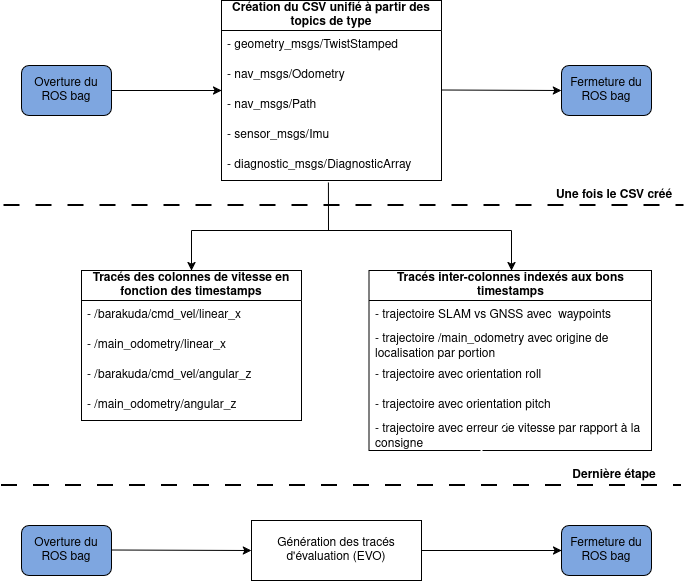
Above: Corps_rapport/org_viz_extractor.png in mbonengleonel/Rapport-stage-5A (draw.io), before the change. Source tidied: cells renumbered, new cells last; positions are measured from the earlier drawing's top-left corner, leaving out a move shared by most shapes. The source it was exported from:
```xml
<mxGraphModel background="light-dark(#FFFFFF,#FFFFFF)">
  <root>
    <mxCell id="0" />
    <mxCell id="1" parent="0" />
    <mxCell id="2" value="Overture du ROS bag" style="rounded=1;whiteSpace=wrap;html=1;fontColor=light-dark(#000000,#000000);labelBackgroundColor=none;fillColor=light-dark(#FFFFFF,#7EA6E0);strokeColor=light-dark(#000000,#000000);" parent="1" vertex="1">
      <mxGeometry x="20" y="65" width="90" height="50" as="geometry" />
    </mxCell>
    <mxCell id="3" value="&lt;b&gt;Création du CSV unifié à partir des topics de type&lt;/b&gt;" style="swimlane;fontStyle=0;horizontal=1;startSize=30;whiteSpace=wrap;html=1;fontColor=light-dark(#000000,#000000);labelBackgroundColor=light-dark(#FFFFFF,#FFFFFF);fillColor=light-dark(#FFFFFF,#FFFFFF);strokeColor=light-dark(#000000,#000000);" parent="1" vertex="1">
      <mxGeometry x="220" width="220" height="180" as="geometry" />
    </mxCell>
    <mxCell id="4" value="- geometry_msgs/TwistStamped" style="text;strokeColor=none;fillColor=none;align=left;verticalAlign=middle;spacingLeft=4;spacingRight=4;overflow=hidden;whiteSpace=wrap;html=1;fontColor=light-dark(#000000,#000000);labelBackgroundColor=light-dark(#FFFFFF,#FFFFFF);" parent="3" vertex="1">
      <mxGeometry y="30" width="220" height="30" as="geometry" />
    </mxCell>
    <mxCell id="5" value="- nav_msgs/Odometry" style="text;strokeColor=none;fillColor=none;align=left;verticalAlign=middle;spacingLeft=4;spacingRight=4;overflow=hidden;whiteSpace=wrap;html=1;fontColor=light-dark(#000000,#000000);labelBackgroundColor=light-dark(#FFFFFF,#FFFFFF);" parent="3" vertex="1">
      <mxGeometry y="60" width="220" height="30" as="geometry" />
    </mxCell>
    <mxCell id="6" value="- nav_msgs/Path" style="text;strokeColor=none;fillColor=none;align=left;verticalAlign=middle;spacingLeft=4;spacingRight=4;overflow=hidden;whiteSpace=wrap;html=1;fontColor=light-dark(#000000,#000000);labelBackgroundColor=light-dark(#FFFFFF,#FFFFFF);" parent="3" vertex="1">
      <mxGeometry y="90" width="220" height="30" as="geometry" />
    </mxCell>
    <mxCell id="7" value="- sensor_msgs/Imu" style="text;strokeColor=none;fillColor=none;align=left;verticalAlign=middle;spacingLeft=4;spacingRight=4;overflow=hidden;whiteSpace=wrap;html=1;fontColor=light-dark(#000000,#000000);labelBackgroundColor=light-dark(#FFFFFF,#FFFFFF);" parent="3" vertex="1">
      <mxGeometry y="120" width="220" height="30" as="geometry" />
    </mxCell>
    <mxCell id="8" value="- diagnostic_msgs/DiagnosticArray" style="text;strokeColor=none;fillColor=none;align=left;verticalAlign=middle;spacingLeft=4;spacingRight=4;overflow=hidden;points=[[0,0.5],[1,0.5]];portConstraint=eastwest;whiteSpace=wrap;html=1;fontColor=light-dark(#000000,#000000);labelBackgroundColor=light-dark(#FFFFFF,#FFFFFF);" parent="3" vertex="1">
      <mxGeometry y="150" width="220" height="30" as="geometry" />
    </mxCell>
    <mxCell id="9" value="Génération des tracés d'évaluation (EVO)" style="rounded=0;whiteSpace=wrap;html=1;fontColor=light-dark(#000000,#000000);labelBackgroundColor=none;fillColor=light-dark(#FFFFFF,#FFFFFF);strokeColor=light-dark(#000000,#000000);" parent="1" vertex="1">
      <mxGeometry x="250" y="520" width="170" height="60" as="geometry" />
    </mxCell>
    <mxCell id="10" value="Fermeture du ROS bag" style="rounded=1;whiteSpace=wrap;html=1;fontColor=light-dark(#000000,#000000);labelBackgroundColor=none;fillColor=light-dark(#FFFFFF,#7EA6E0);strokeColor=light-dark(#000000,#000000);" parent="1" vertex="1">
      <mxGeometry x="560" y="65" width="90" height="50" as="geometry" />
    </mxCell>
    <mxCell id="11" style="endArrow=classic;html=1;rounded=0;exitX=1;exitY=0.5;exitDx=0;exitDy=0;entryX=0;entryY=0.5;entryDx=0;entryDy=0;strokeColor=light-dark(#000000,#000000);" parent="1" edge="1" source="2" target="3">
      <mxGeometry relative="1" as="geometry" />
    </mxCell>
    <mxCell id="12" style="endArrow=classic;html=1;rounded=0;exitX=1;exitY=0.5;exitDx=0;exitDy=0;entryX=0;entryY=0.5;entryDx=0;entryDy=0;strokeColor=light-dark(#000000,#000000);" parent="1" edge="1" target="10">
      <mxGeometry relative="1" as="geometry">
        <mxPoint x="440" y="89.5" as="sourcePoint" />
      </mxGeometry>
    </mxCell>
    <mxCell id="13" style="endArrow=none;dashed=1;html=1;dashPattern=8 8;strokeWidth=2;rounded=0;strokeColor=light-dark(#000000,#000000);" parent="1" edge="1">
      <mxGeometry relative="1" as="geometry">
        <mxPoint x="2.5" y="205" as="sourcePoint" />
        <mxPoint x="682.5" y="205" as="targetPoint" />
      </mxGeometry>
    </mxCell>
    <mxCell id="14" value="&lt;b&gt;&lt;span style=&quot;color: light-dark(rgb(0, 0, 0), rgb(0, 0, 0));&quot;&gt;Une fois le CSV créé&lt;/span&gt;&lt;/b&gt;" style="text;html=1;whiteSpace=wrap;strokeColor=none;fillColor=none;align=center;verticalAlign=middle;rounded=0;" parent="1" vertex="1">
      <mxGeometry x="542.5" y="180" width="140" height="30" as="geometry" />
    </mxCell>
    <mxCell id="15" value="&lt;b&gt;Tracés des colonnes de vitesse en fonction des timestamps&lt;/b&gt;" style="swimlane;fontStyle=0;horizontal=1;startSize=30;whiteSpace=wrap;html=1;fontColor=light-dark(#000000,#000000);labelBackgroundColor=light-dark(#FFFFFF,#FFFFFF);fillColor=light-dark(#FFFFFF,#FFFFFF);strokeColor=light-dark(#000000,#000000);" parent="1" vertex="1">
      <mxGeometry x="80" y="270" width="220" height="150" as="geometry" />
    </mxCell>
    <mxCell id="16" value="&lt;div&gt;- /barakuda/cmd_vel/linear_x&lt;/div&gt;" style="text;strokeColor=none;fillColor=none;align=left;verticalAlign=middle;spacingLeft=4;spacingRight=4;overflow=hidden;whiteSpace=wrap;html=1;fontColor=light-dark(#000000,#000000);labelBackgroundColor=light-dark(#FFFFFF,#FFFFFF);" parent="15" vertex="1">
      <mxGeometry y="30" width="220" height="30" as="geometry" />
    </mxCell>
    <mxCell id="17" value="- /main_odometry/linear_x" style="text;strokeColor=none;fillColor=none;align=left;verticalAlign=middle;spacingLeft=4;spacingRight=4;overflow=hidden;whiteSpace=wrap;html=1;fontColor=light-dark(#000000,#000000);labelBackgroundColor=light-dark(#FFFFFF,#FFFFFF);" parent="15" vertex="1">
      <mxGeometry y="60" width="220" height="30" as="geometry" />
    </mxCell>
    <mxCell id="18" value="&lt;div&gt;- /barakuda/cmd_vel/angular_z&lt;/div&gt;" style="text;strokeColor=none;fillColor=none;align=left;verticalAlign=middle;spacingLeft=4;spacingRight=4;overflow=hidden;whiteSpace=wrap;html=1;fontColor=light-dark(#000000,#000000);labelBackgroundColor=light-dark(#FFFFFF,#FFFFFF);" parent="15" vertex="1">
      <mxGeometry y="90" width="220" height="30" as="geometry" />
    </mxCell>
    <mxCell id="19" value="-&amp;nbsp;/main_odometry/angular_z" style="text;strokeColor=none;fillColor=none;align=left;verticalAlign=middle;spacingLeft=4;spacingRight=4;overflow=hidden;whiteSpace=wrap;html=1;fontColor=light-dark(#000000,#000000);labelBackgroundColor=light-dark(#FFFFFF,#FFFFFF);" parent="15" vertex="1">
      <mxGeometry y="120" width="220" height="30" as="geometry" />
    </mxCell>
    <mxCell id="20" value="&lt;b&gt;Tracés inter-colonnes indexés aux bons timestamps&lt;/b&gt;" style="swimlane;fontStyle=0;horizontal=1;startSize=30;whiteSpace=wrap;html=1;fontColor=light-dark(#000000,#000000);labelBackgroundColor=light-dark(#FFFFFF,#FFFFFF);fillColor=light-dark(#FFFFFF,#FFFFFF);strokeColor=light-dark(#000000,#000000);" parent="1" vertex="1">
      <mxGeometry x="367.5" y="270" width="282.5" height="180" as="geometry" />
    </mxCell>
    <mxCell id="21" value="- trajectoire SLAM vs GNSS avec&amp;nbsp; waypoints" style="text;strokeColor=none;fillColor=none;align=left;verticalAlign=middle;spacingLeft=4;spacingRight=4;overflow=hidden;whiteSpace=wrap;html=1;fontColor=light-dark(#000000,#000000);labelBackgroundColor=light-dark(#FFFFFF,#FFFFFF);" parent="20" vertex="1">
      <mxGeometry y="30" width="282.5" height="30" as="geometry" />
    </mxCell>
    <mxCell id="22" value="- trajectoire /main_odometry avec origine de localisation par portion&amp;nbsp;" style="text;strokeColor=none;fillColor=none;align=left;verticalAlign=middle;spacingLeft=4;spacingRight=4;overflow=hidden;whiteSpace=wrap;html=1;fontColor=light-dark(#000000,#000000);labelBackgroundColor=light-dark(#FFFFFF,#FFFFFF);" parent="20" vertex="1">
      <mxGeometry y="60" width="282.5" height="30" as="geometry" />
    </mxCell>
    <mxCell id="23" value="- trajectoire avec orientation roll&amp;nbsp;" style="text;strokeColor=none;fillColor=none;align=left;verticalAlign=middle;spacingLeft=4;spacingRight=4;overflow=hidden;whiteSpace=wrap;html=1;fontColor=light-dark(#000000,#000000);labelBackgroundColor=light-dark(#FFFFFF,#FFFFFF);" parent="20" vertex="1">
      <mxGeometry y="90" width="282.5" height="30" as="geometry" />
    </mxCell>
    <mxCell id="24" value="-&amp;nbsp;trajectoire avec orientation pitch&amp;nbsp;" style="text;strokeColor=none;fillColor=none;align=left;verticalAlign=middle;spacingLeft=4;spacingRight=4;overflow=hidden;whiteSpace=wrap;html=1;fontColor=light-dark(#000000,#000000);labelBackgroundColor=light-dark(#FFFFFF,#FFFFFF);" parent="20" vertex="1">
      <mxGeometry y="120" width="282.5" height="30" as="geometry" />
    </mxCell>
    <mxCell id="25" value="- trajectoire avec erreur de vitesse par rapport à la consigne" style="text;strokeColor=none;fillColor=none;align=left;verticalAlign=middle;spacingLeft=4;spacingRight=4;overflow=hidden;whiteSpace=wrap;html=1;fontColor=light-dark(#000000,#000000);labelBackgroundColor=light-dark(#FFFFFF,#FFFFFF);" parent="20" vertex="1">
      <mxGeometry y="150" width="282.5" height="30" as="geometry" />
    </mxCell>
    <mxCell id="26" style="endArrow=none;dashed=1;html=1;dashPattern=8 8;strokeWidth=2;rounded=0;strokeColor=light-dark(#000000,#000000);" parent="1" edge="1">
      <mxGeometry relative="1" as="geometry">
        <mxPoint y="485" as="sourcePoint" />
        <mxPoint x="680" y="485" as="targetPoint" />
      </mxGeometry>
    </mxCell>
    <mxCell id="27" value="Overture du ROS bag" style="rounded=1;whiteSpace=wrap;html=1;fontColor=light-dark(#000000,#000000);labelBackgroundColor=none;fillColor=light-dark(#FFFFFF,#7EA6E0);strokeColor=light-dark(#000000,#000000);" parent="1" vertex="1">
      <mxGeometry x="20" y="525" width="90" height="50" as="geometry" />
    </mxCell>
    <mxCell id="28" value="Fermeture du ROS bag" style="rounded=1;whiteSpace=wrap;html=1;fontColor=light-dark(#000000,#000000);labelBackgroundColor=none;fillColor=light-dark(#FFFFFF,#7EA6E0);strokeColor=light-dark(#000000,#000000);" parent="1" vertex="1">
      <mxGeometry x="560" y="525" width="90" height="50" as="geometry" />
    </mxCell>
    <mxCell id="29" style="endArrow=classic;html=1;rounded=0;exitX=1;exitY=0.5;exitDx=0;exitDy=0;entryX=0;entryY=0.5;entryDx=0;entryDy=0;strokeColor=light-dark(#000000,#000000);" parent="1" edge="1" target="9">
      <mxGeometry relative="1" as="geometry">
        <mxPoint x="110" y="549.5" as="sourcePoint" />
      </mxGeometry>
    </mxCell>
    <mxCell id="30" style="endArrow=classic;html=1;rounded=0;entryX=0;entryY=0.5;entryDx=0;entryDy=0;strokeColor=light-dark(#000000,#000000);exitX=1;exitY=0.5;exitDx=0;exitDy=0;" parent="1" edge="1" source="9">
      <mxGeometry relative="1" as="geometry">
        <mxPoint x="560" y="550" as="targetPoint" />
      </mxGeometry>
    </mxCell>
    <mxCell id="31" style="endArrow=classic;html=1;rounded=0;" parent="1" edge="1">
      <mxGeometry relative="1" as="geometry">
        <mxPoint x="470" y="460" as="sourcePoint" />
        <mxPoint x="520" y="410" as="targetPoint" />
      </mxGeometry>
    </mxCell>
    <mxCell id="32" style="endArrow=classic;html=1;rounded=0;" parent="1" edge="1">
      <mxGeometry relative="1" as="geometry">
        <mxPoint x="470" y="460" as="sourcePoint" />
        <mxPoint x="520" y="410" as="targetPoint" />
      </mxGeometry>
    </mxCell>
    <mxCell id="33" style="endArrow=none;html=1;rounded=0;entryX=0.486;entryY=1.067;entryDx=0;entryDy=0;entryPerimeter=0;strokeColor=light-dark(#000000,#000000);" parent="1" edge="1" target="8">
      <mxGeometry relative="1" as="geometry">
        <mxPoint x="327" y="230" as="sourcePoint" />
      </mxGeometry>
    </mxCell>
    <mxCell id="34" style="endArrow=none;html=1;rounded=0;strokeColor=light-dark(#000000,#000000);" parent="1" edge="1">
      <mxGeometry relative="1" as="geometry">
        <mxPoint x="190" y="230" as="sourcePoint" />
        <mxPoint x="510" y="230" as="targetPoint" />
      </mxGeometry>
    </mxCell>
    <mxCell id="35" style="endArrow=classic;html=1;rounded=0;strokeColor=light-dark(#000000,#000000);" parent="1" edge="1">
      <mxGeometry relative="1" as="geometry">
        <mxPoint x="510" y="230" as="sourcePoint" />
        <mxPoint x="510" y="270" as="targetPoint" />
      </mxGeometry>
    </mxCell>
    <mxCell id="36" style="endArrow=classic;html=1;rounded=0;strokeColor=light-dark(#000000,#000000);" parent="1" edge="1">
      <mxGeometry relative="1" as="geometry">
        <mxPoint x="190" y="230" as="sourcePoint" />
        <mxPoint x="190" y="270" as="targetPoint" />
      </mxGeometry>
    </mxCell>
    <mxCell id="37" value="&lt;b&gt;&lt;span style=&quot;color: light-dark(rgb(0, 0, 0), rgb(0, 0, 0));&quot;&gt;Dernière étape&lt;/span&gt;&lt;/b&gt;" style="text;html=1;whiteSpace=wrap;strokeColor=none;fillColor=none;align=center;verticalAlign=middle;rounded=0;" parent="1" vertex="1">
      <mxGeometry x="542.5" y="460" width="140" height="30" as="geometry" />
    </mxCell>
  </root>
</mxGraphModel>
```
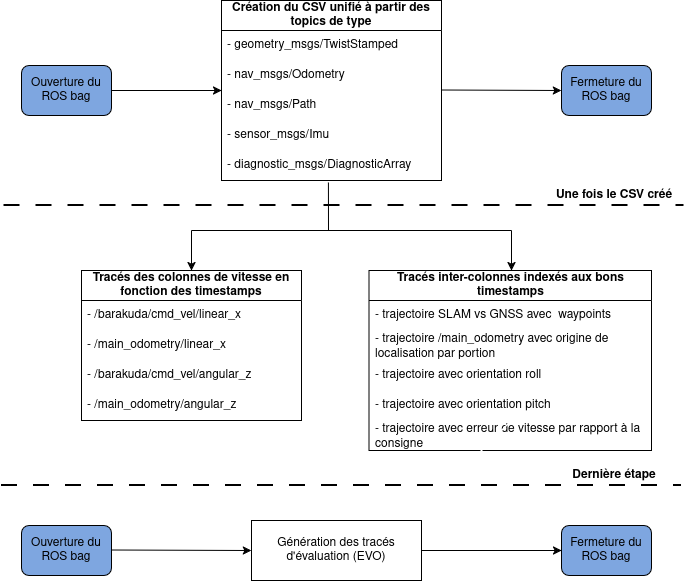
The same file after the commit.

What changed in the source:
```diff
@@ -2,7 +2,7 @@
   <root>
     <mxCell id="0" />
     <mxCell id="1" parent="0" />
-    <mxCell id="2" value="Overture du ROS bag" style="rounded=1;whiteSpace=wrap;html=1;fontColor=light-dark(#000000,#000000);labelBackgroundColor=none;fillColor=light-dark(#FFFFFF,#7EA6E0);strokeColor=light-dark(#000000,#000000);" parent="1" vertex="1">
+    <mxCell id="2" value="Ouverture du ROS bag" style="rounded=1;whiteSpace=wrap;html=1;fontColor=light-dark(#000000,#000000);labelBackgroundColor=none;fillColor=light-dark(#FFFFFF,#7EA6E0);strokeColor=light-dark(#000000,#000000);" parent="1" vertex="1">
       <mxGeometry x="20" y="65" width="90" height="50" as="geometry" />
     </mxCell>
     <mxCell id="3" value="&lt;b&gt;Création du CSV unifié à partir des topics de type&lt;/b&gt;" style="swimlane;fontStyle=0;horizontal=1;startSize=30;whiteSpace=wrap;html=1;fontColor=light-dark(#000000,#000000);labelBackgroundColor=light-dark(#FFFFFF,#FFFFFF);fillColor=light-dark(#FFFFFF,#FFFFFF);strokeColor=light-dark(#000000,#000000);" parent="1" vertex="1">
@@ -85,7 +85,7 @@
         <mxPoint x="680" y="485" as="targetPoint" />
       </mxGeometry>
     </mxCell>
-    <mxCell id="27" value="Overture du ROS bag" style="rounded=1;whiteSpace=wrap;html=1;fontColor=light-dark(#000000,#000000);labelBackgroundColor=none;fillColor=light-dark(#FFFFFF,#7EA6E0);strokeColor=light-dark(#000000,#000000);" parent="1" vertex="1">
+    <mxCell id="27" value="Ouverture du ROS bag" style="rounded=1;whiteSpace=wrap;html=1;fontColor=light-dark(#000000,#000000);labelBackgroundColor=none;fillColor=light-dark(#FFFFFF,#7EA6E0);strokeColor=light-dark(#000000,#000000);" parent="1" vertex="1">
       <mxGeometry x="20" y="525" width="90" height="50" as="geometry" />
     </mxCell>
     <mxCell id="28" value="Fermeture du ROS bag" style="rounded=1;whiteSpace=wrap;html=1;fontColor=light-dark(#000000,#000000);labelBackgroundColor=none;fillColor=light-dark(#FFFFFF,#7EA6E0);strokeColor=light-dark(#000000,#000000);" parent="1" vertex="1">
```
